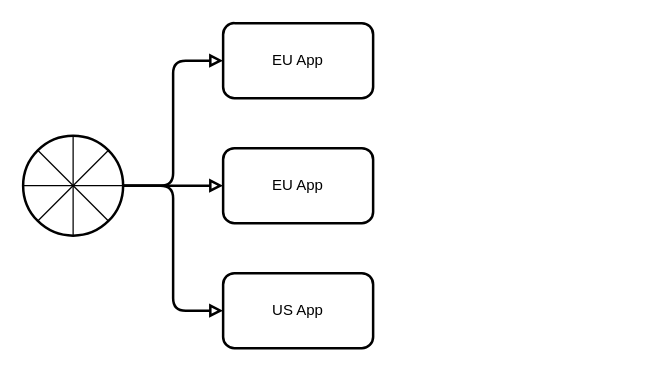
Above: architecture/arch.drawio in codingconcepts/scale-spin (draw.io), before the change. Source tidied: cells renumbered, new cells numbered last; positions are measured from the earlier drawing's top-left corner, leaving out a move shared by most shapes. Both pictures are drawn from the tidied source at 125%, with x=0, y=0 at pixel (22, 22).
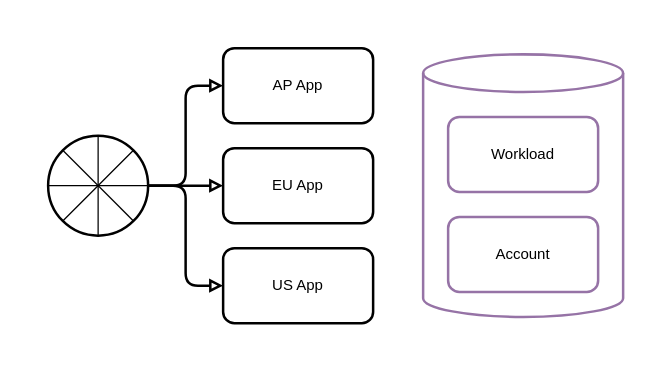
The same diagram, later.

Change to the diagram source:
```diff
@@
     <mxCell id="3" style="edgeStyle=orthogonalEdgeStyle;html=1;strokeWidth=2;endArrow=block;endFill=0;exitX=1;exitY=0.5;exitDx=0;exitDy=0;" parent="1" edge="1" source="8" target="6">
       <mxGeometry relative="1" as="geometry">
         <Array as="points">
-          <mxPoint x="120" y="130" />
-          <mxPoint x="120" y="30" />
+          <mxPoint x="130" y="130" />
+          <mxPoint x="130" y="50" />
         </Array>
       </mxGeometry>
     </mxCell>
     <mxCell id="4" style="edgeStyle=orthogonalEdgeStyle;html=1;strokeWidth=2;endArrow=block;endFill=0;exitX=1;exitY=0.5;exitDx=0;exitDy=0;" parent="1" edge="1" source="8" target="7">
       <mxGeometry relative="1" as="geometry">
         <Array as="points">
-          <mxPoint x="120" y="130" />
-          <mxPoint x="120" y="230" />
+          <mxPoint x="130" y="130" />
+          <mxPoint x="130" y="210" />
         </Array>
       </mxGeometry>
     </mxCell>
@@
-    <mxCell id="6" value="EU App" style="rounded=1;whiteSpace=wrap;html=1;fillColor=none;strokeWidth=2;" parent="1" vertex="1">
-      <mxGeometry x="160" width="120" height="60" as="geometry" />
+    <mxCell id="6" value="AP App" style="rounded=1;whiteSpace=wrap;html=1;fillColor=none;strokeWidth=2;" parent="1" vertex="1">
+      <mxGeometry x="160" y="20" width="120" height="60" as="geometry" />
     </mxCell>
     <mxCell id="7" value="US App" style="rounded=1;whiteSpace=wrap;html=1;fillColor=none;strokeWidth=2;" parent="1" vertex="1">
-      <mxGeometry x="160" y="200" width="120" height="60" as="geometry" />
+      <mxGeometry x="160" y="180" width="120" height="60" as="geometry" />
     </mxCell>
+    <mxCell id="13" style="shape=cylinder3;whiteSpace=wrap;html=1;boundedLbl=1;backgroundOutline=1;size=15;fillColor=none;strokeColor=#9673a6;strokeWidth=2;" parent="1" vertex="1">
+      <mxGeometry x="320" y="25" width="160" height="210" as="geometry" />
+    </mxCell>
+    <mxCell id="14" value="Workload" style="rounded=1;whiteSpace=wrap;html=1;fillColor=none;strokeWidth=2;strokeColor=#9673a6;" parent="1" vertex="1">
+      <mxGeometry x="340" y="75" width="120" height="60" as="geometry" />
+    </mxCell>
+    <mxCell id="15" value="Account" style="rounded=1;whiteSpace=wrap;html=1;fillColor=none;strokeWidth=2;strokeColor=#9673a6;" parent="1" vertex="1">
+      <mxGeometry x="340" y="155" width="120" height="60" as="geometry" />
+    </mxCell>
+    <mxCell id="16" style="group;" parent="1" vertex="1">
+      <mxGeometry x="20" y="90" width="80" height="80" as="geometry" />
+    </mxCell>
-    <mxCell id="8" style="ellipse;whiteSpace=wrap;html=1;strokeWidth=2;fillColor=none;" parent="1" vertex="1">
-      <mxGeometry y="90" width="80" height="80" as="geometry" />
+    <mxCell id="8" style="ellipse;whiteSpace=wrap;html=1;strokeWidth=2;fillColor=none;" parent="16" vertex="1">
+      <mxGeometry width="80" height="80" as="geometry" />
     </mxCell>
-    <mxCell id="9" style="endArrow=none;html=1;strokeWidth=1;entryX=0.5;entryY=0;entryDx=0;entryDy=0;exitX=0.5;exitY=1;exitDx=0;exitDy=0;" parent="1" edge="1" source="8" target="8">
+    <mxCell id="9" style="endArrow=none;html=1;strokeWidth=1;entryX=0.5;entryY=0;entryDx=0;entryDy=0;exitX=0.5;exitY=1;exitDx=0;exitDy=0;" parent="16" edge="1" source="8" target="8">
       <mxGeometry relative="1" as="geometry" />
     </mxCell>
-    <mxCell id="10" style="endArrow=none;html=1;strokeWidth=1;entryX=0;entryY=0.5;entryDx=0;entryDy=0;exitX=1;exitY=0.5;exitDx=0;exitDy=0;" parent="1" edge="1" source="8" target="8">
+    <mxCell id="10" style="endArrow=none;html=1;strokeWidth=1;entryX=0;entryY=0.5;entryDx=0;entryDy=0;exitX=1;exitY=0.5;exitDx=0;exitDy=0;" parent="16" edge="1" source="8" target="8">
       <mxGeometry relative="1" as="geometry" />
     </mxCell>
-    <mxCell id="11" style="endArrow=none;html=1;strokeWidth=1;entryX=1;entryY=0;entryDx=0;entryDy=0;exitX=0;exitY=1;exitDx=0;exitDy=0;" parent="1" edge="1" source="8" target="8">
-      <mxGeometry relative="1" as="geometry" />
+    <mxCell id="11" style="endArrow=none;html=1;strokeWidth=1;entryX=1;entryY=0;entryDx=0;entryDy=0;exitX=0;exitY=1;exitDx=0;exitDy=0;" parent="16" edge="1" source="8" target="8">
+      <mxGeometry relative="1" as="geometry">
+        <Array as="points">
+          <mxPoint x="40" y="40" />
+        </Array>
+      </mxGeometry>
     </mxCell>
-    <mxCell id="12" style="endArrow=none;html=1;strokeWidth=1;entryX=0;entryY=0;entryDx=0;entryDy=0;exitX=1;exitY=1;exitDx=0;exitDy=0;" parent="1" edge="1" source="8" target="8">
+    <mxCell id="12" style="endArrow=none;html=1;strokeWidth=1;entryX=0;entryY=0;entryDx=0;entryDy=0;exitX=1;exitY=1;exitDx=0;exitDy=0;" parent="16" edge="1" source="8" target="8">
       <mxGeometry relative="1" as="geometry" />
     </mxCell>
```
